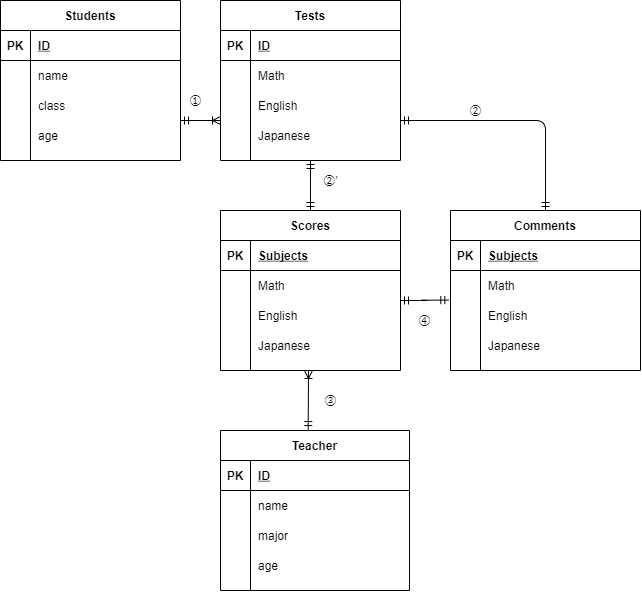
Earlier version of the draw.io export .drawio.png (mioirie/20220103omi). Source tidied: cells renumbered, new cells last; positions are measured from the earlier drawing's top-left corner, leaving out a move shared by most shapes.
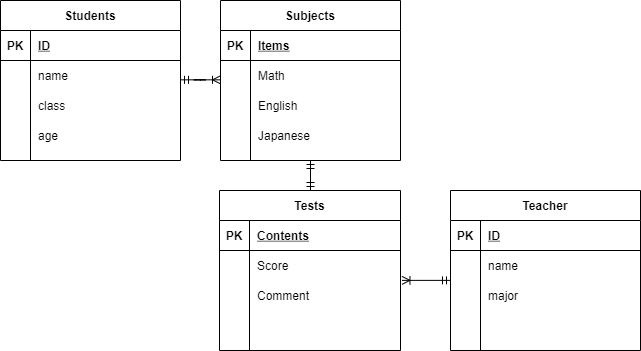
The same file after the commit.

Commit message:
Add table'Subjects'and fixed

What changed in the source:
```diff
@@ -41,204 +41,137 @@
     <mxCell id="14" value="age" style="shape=partialRectangle;fillColor=none;top=0;left=0;bottom=0;right=0;align=left;spacingLeft=6;overflow=hidden;" parent="12" vertex="1">
       <mxGeometry x="30" width="150" height="30" as="geometry" />
     </mxCell>
-    <mxCell id="15" value="Tests" style="shape=table;startSize=30;rowLines=0;fontStyle=1;align=center;" parent="1" vertex="1">
-      <mxGeometry x="220" width="180" height="160" as="geometry" />
-    </mxCell>
-    <mxCell id="16" style="shape=partialRectangle;fillColor=none;top=0;left=0;bottom=1;right=0;" parent="15" vertex="1">
-      <mxGeometry y="30" width="180" height="30" as="geometry" />
-    </mxCell>
-    <mxCell id="17" value="PK" style="shape=partialRectangle;fillColor=none;top=0;left=0;bottom=0;right=0;fontStyle=1;overflow=hidden;" parent="16" vertex="1">
-      <mxGeometry width="30" height="30" as="geometry" />
-    </mxCell>
-    <mxCell id="18" value="ID" style="shape=partialRectangle;fillColor=none;top=0;left=0;bottom=0;right=0;align=left;spacingLeft=6;fontStyle=5;overflow=hidden;" parent="16" vertex="1">
-      <mxGeometry x="30" width="150" height="30" as="geometry" />
-    </mxCell>
-    <mxCell id="19" style="shape=partialRectangle;fillColor=none;top=0;left=0;bottom=0;right=0;" parent="15" vertex="1">
-      <mxGeometry y="60" width="180" height="30" as="geometry" />
-    </mxCell>
-    <mxCell id="20" style="shape=partialRectangle;fillColor=none;top=0;left=0;bottom=0;right=0;overflow=hidden;" parent="19" vertex="1">
-      <mxGeometry width="30" height="30" as="geometry" />
-    </mxCell>
-    <mxCell id="21" value="Math" style="shape=partialRectangle;fillColor=none;top=0;left=0;bottom=0;right=0;align=left;spacingLeft=6;overflow=hidden;" parent="19" vertex="1">
-      <mxGeometry x="30" width="150" height="30" as="geometry" />
-    </mxCell>
-    <mxCell id="22" style="shape=partialRectangle;fillColor=none;top=0;left=0;bottom=0;right=0;" parent="15" vertex="1">
-      <mxGeometry y="90" width="180" height="30" as="geometry" />
-    </mxCell>
-    <mxCell id="23" style="shape=partialRectangle;fillColor=none;top=0;left=0;bottom=0;right=0;overflow=hidden;" parent="22" vertex="1">
-      <mxGeometry width="30" height="30" as="geometry" />
-    </mxCell>
-    <mxCell id="24" value="English" style="shape=partialRectangle;fillColor=none;top=0;left=0;bottom=0;right=0;align=left;spacingLeft=6;overflow=hidden;" parent="22" vertex="1">
-      <mxGeometry x="30" width="150" height="30" as="geometry" />
-    </mxCell>
-    <mxCell id="25" style="shape=partialRectangle;fillColor=none;top=0;left=0;bottom=0;right=0;" parent="15" vertex="1">
-      <mxGeometry y="120" width="180" height="30" as="geometry" />
-    </mxCell>
-    <mxCell id="26" style="shape=partialRectangle;fillColor=none;top=0;left=0;bottom=0;right=0;overflow=hidden;" parent="25" vertex="1">
-      <mxGeometry width="30" height="30" as="geometry" />
-    </mxCell>
-    <mxCell id="27" value="Japanese" style="shape=partialRectangle;fillColor=none;top=0;left=0;bottom=0;right=0;align=left;spacingLeft=6;overflow=hidden;" parent="25" vertex="1">
-      <mxGeometry x="30" width="150" height="30" as="geometry" />
-    </mxCell>
     <mxCell id="28" value="Teacher" style="shape=table;startSize=30;rowLines=0;fontStyle=1;align=center;" parent="1" vertex="1">
-      <mxGeometry x="220" y="430" width="189" height="160" as="geometry" />
+      <mxGeometry x="450" y="190" width="190" height="160" as="geometry" />
     </mxCell>
     <mxCell id="29" style="shape=partialRectangle;fillColor=none;top=0;left=0;bottom=1;right=0;" parent="28" vertex="1">
-      <mxGeometry y="30" width="189" height="30" as="geometry" />
+      <mxGeometry y="30" width="190" height="30" as="geometry" />
     </mxCell>
     <mxCell id="30" value="PK" style="shape=partialRectangle;fillColor=none;top=0;left=0;bottom=0;right=0;fontStyle=1;overflow=hidden;" parent="29" vertex="1">
       <mxGeometry width="30" height="30" as="geometry" />
     </mxCell>
     <mxCell id="31" value="ID" style="shape=partialRectangle;fillColor=none;top=0;left=0;bottom=0;right=0;align=left;spacingLeft=6;fontStyle=5;overflow=hidden;" parent="29" vertex="1">
-      <mxGeometry x="30" width="159" height="30" as="geometry" />
+      <mxGeometry x="30" width="160" height="30" as="geometry" />
     </mxCell>
     <mxCell id="32" style="shape=partialRectangle;fillColor=none;top=0;left=0;bottom=0;right=0;" parent="28" vertex="1">
-      <mxGeometry y="60" width="189" height="30" as="geometry" />
+      <mxGeometry y="60" width="190" height="30" as="geometry" />
     </mxCell>
     <mxCell id="33" style="shape=partialRectangle;fillColor=none;top=0;left=0;bottom=0;right=0;overflow=hidden;" parent="32" vertex="1">
       <mxGeometry width="30" height="30" as="geometry" />
     </mxCell>
     <mxCell id="34" value="name" style="shape=partialRectangle;fillColor=none;top=0;left=0;bottom=0;right=0;align=left;spacingLeft=6;overflow=hidden;" parent="32" vertex="1">
-      <mxGeometry x="30" width="159" height="30" as="geometry" />
+      <mxGeometry x="30" width="160" height="30" as="geometry" />
     </mxCell>
     <mxCell id="35" style="shape=partialRectangle;fillColor=none;top=0;left=0;bottom=0;right=0;points=[[0,0.5],[1,0.5]];portConstraint=eastwest;" parent="28" vertex="1">
-      <mxGeometry y="90" width="189" height="30" as="geometry" />
+      <mxGeometry y="90" width="190" height="30" as="geometry" />
     </mxCell>
     <mxCell id="36" style="shape=partialRectangle;fillColor=none;top=0;left=0;bottom=0;right=0;overflow=hidden;" parent="35" vertex="1">
       <mxGeometry width="30" height="30" as="geometry" />
     </mxCell>
     <mxCell id="37" value="major" style="shape=partialRectangle;fillColor=none;top=0;left=0;bottom=0;right=0;align=left;spacingLeft=6;overflow=hidden;" parent="35" vertex="1">
-      <mxGeometry x="30" width="159" height="30" as="geometry" />
+      <mxGeometry x="30" width="160" height="30" as="geometry" />
     </mxCell>
     <mxCell id="38" style="shape=partialRectangle;fillColor=none;top=0;left=0;bottom=0;right=0;" parent="28" vertex="1">
-      <mxGeometry y="120" width="189" height="30" as="geometry" />
+      <mxGeometry y="120" width="190" height="30" as="geometry" />
     </mxCell>
     <mxCell id="39" style="shape=partialRectangle;fillColor=none;top=0;left=0;bottom=0;right=0;overflow=hidden;" parent="38" vertex="1">
       <mxGeometry width="30" height="30" as="geometry" />
     </mxCell>
-    <mxCell id="40" value="age" style="shape=partialRectangle;fillColor=none;top=0;left=0;bottom=0;right=0;align=left;spacingLeft=6;overflow=hidden;" parent="38" vertex="1">
-      <mxGeometry x="30" width="159" height="30" as="geometry" />
+    <mxCell id="40" style="shape=partialRectangle;fillColor=none;top=0;left=0;bottom=0;right=0;align=left;spacingLeft=6;overflow=hidden;" parent="38" vertex="1">
+      <mxGeometry x="30" width="160" height="30" as="geometry" />
     </mxCell>
-    <mxCell id="41" value="Scores" style="shape=table;startSize=30;rowLines=0;fontStyle=1;align=center;" parent="1" vertex="1">
-      <mxGeometry x="220" y="210" width="180" height="160" as="geometry" />
-    </mxCell>
-    <mxCell id="42" style="shape=partialRectangle;fillColor=none;top=0;left=0;bottom=1;right=0;" parent="41" vertex="1">
-      <mxGeometry y="30" width="180" height="30" as="geometry" />
-    </mxCell>
-    <mxCell id="43" value="PK" style="shape=partialRectangle;fillColor=none;top=0;left=0;bottom=0;right=0;fontStyle=1;overflow=hidden;" parent="42" vertex="1">
-      <mxGeometry width="30" height="30" as="geometry" />
-    </mxCell>
-    <mxCell id="44" value="Subjects" style="shape=partialRectangle;fillColor=none;top=0;left=0;bottom=0;right=0;align=left;spacingLeft=6;fontStyle=5;overflow=hidden;" parent="42" vertex="1">
-      <mxGeometry x="30" width="150" height="30" as="geometry" />
-    </mxCell>
-    <mxCell id="45" style="shape=partialRectangle;fillColor=none;top=0;left=0;bottom=0;right=0;" parent="41" vertex="1">
-      <mxGeometry y="60" width="180" height="30" as="geometry" />
-    </mxCell>
-    <mxCell id="46" style="shape=partialRectangle;fillColor=none;top=0;left=0;bottom=0;right=0;overflow=hidden;" parent="45" vertex="1">
-      <mxGeometry width="30" height="30" as="geometry" />
-    </mxCell>
-    <mxCell id="47" value="Math " style="shape=partialRectangle;fillColor=none;top=0;left=0;bottom=0;right=0;align=left;spacingLeft=6;overflow=hidden;" parent="45" vertex="1">
-      <mxGeometry x="30" width="150" height="30" as="geometry" />
-    </mxCell>
-    <mxCell id="48" style="shape=partialRectangle;fillColor=none;top=0;left=0;bottom=0;right=0;" parent="41" vertex="1">
-      <mxGeometry y="90" width="180" height="30" as="geometry" />
-    </mxCell>
-    <mxCell id="49" style="shape=partialRectangle;fillColor=none;top=0;left=0;bottom=0;right=0;overflow=hidden;" parent="48" vertex="1">
-      <mxGeometry width="30" height="30" as="geometry" />
-    </mxCell>
-    <mxCell id="50" value="English" style="shape=partialRectangle;fillColor=none;top=0;left=0;bottom=0;right=0;align=left;spacingLeft=6;overflow=hidden;" parent="48" vertex="1">
-      <mxGeometry x="30" width="150" height="30" as="geometry" />
-    </mxCell>
-    <mxCell id="51" style="shape=partialRectangle;fillColor=none;top=0;left=0;bottom=0;right=0;" parent="41" vertex="1">
-      <mxGeometry y="120" width="180" height="30" as="geometry" />
-    </mxCell>
-    <mxCell id="52" style="shape=partialRectangle;fillColor=none;top=0;left=0;bottom=0;right=0;overflow=hidden;" parent="51" vertex="1">
-      <mxGeometry width="30" height="30" as="geometry" />
-    </mxCell>
-    <mxCell id="53" value="Japanese" style="shape=partialRectangle;fillColor=none;top=0;left=0;bottom=0;right=0;align=left;spacingLeft=6;overflow=hidden;" parent="51" vertex="1">
-      <mxGeometry x="30" width="150" height="30" as="geometry" />
-    </mxCell>
-    <mxCell id="54" value="Comments" style="shape=table;startSize=30;rowLines=0;fontStyle=1;align=center;" parent="1" vertex="1">
-      <mxGeometry x="450" y="210" width="190" height="160" as="geometry" />
-    </mxCell>
-    <mxCell id="55" style="shape=partialRectangle;fillColor=none;top=0;left=0;bottom=1;right=0;" parent="54" vertex="1">
-      <mxGeometry y="30" width="190" height="30" as="geometry" />
-    </mxCell>
-    <mxCell id="56" value="PK" style="shape=partialRectangle;fillColor=none;top=0;left=0;bottom=0;right=0;fontStyle=1;overflow=hidden;" parent="55" vertex="1">
-      <mxGeometry width="30" height="30" as="geometry" />
-    </mxCell>
-    <mxCell id="57" value="Subjects" style="shape=partialRectangle;fillColor=none;top=0;left=0;bottom=0;right=0;align=left;spacingLeft=6;fontStyle=5;overflow=hidden;" parent="55" vertex="1">
-      <mxGeometry x="30" width="160" height="30" as="geometry" />
-    </mxCell>
-    <mxCell id="58" style="shape=partialRectangle;fillColor=none;top=0;left=0;bottom=0;right=0;" parent="54" vertex="1">
-      <mxGeometry y="60" width="190" height="30" as="geometry" />
-    </mxCell>
-    <mxCell id="59" style="shape=partialRectangle;fillColor=none;top=0;left=0;bottom=0;right=0;overflow=hidden;" parent="58" vertex="1">
-      <mxGeometry width="30" height="30" as="geometry" />
-    </mxCell>
-    <mxCell id="60" value="Math" style="shape=partialRectangle;fillColor=none;top=0;left=0;bottom=0;right=0;align=left;spacingLeft=6;overflow=hidden;" parent="58" vertex="1">
-      <mxGeometry x="30" width="160" height="30" as="geometry" />
-    </mxCell>
-    <mxCell id="61" style="shape=partialRectangle;fillColor=none;top=0;left=0;bottom=0;right=0;points=[[0,0.5],[1,0.5]];portConstraint=eastwest;" parent="54" vertex="1">
-      <mxGeometry y="90" width="190" height="30" as="geometry" />
-    </mxCell>
-    <mxCell id="62" style="shape=partialRectangle;fillColor=none;top=0;left=0;bottom=0;right=0;overflow=hidden;" parent="61" vertex="1">
-      <mxGeometry width="30" height="30" as="geometry" />
-    </mxCell>
-    <mxCell id="63" value="English" style="shape=partialRectangle;fillColor=none;top=0;left=0;bottom=0;right=0;align=left;spacingLeft=6;overflow=hidden;" parent="61" vertex="1">
-      <mxGeometry x="30" width="160" height="30" as="geometry" />
-    </mxCell>
-    <mxCell id="64" style="shape=partialRectangle;fillColor=none;top=0;left=0;bottom=0;right=0;" parent="54" vertex="1">
-      <mxGeometry y="120" width="190" height="30" as="geometry" />
-    </mxCell>
-    <mxCell id="65" style="shape=partialRectangle;fillColor=none;top=0;left=0;bottom=0;right=0;overflow=hidden;" parent="64" vertex="1">
-      <mxGeometry width="30" height="30" as="geometry" />
-    </mxCell>
-    <mxCell id="66" value="Japanese" style="shape=partialRectangle;fillColor=none;top=0;left=0;bottom=0;right=0;align=left;spacingLeft=6;overflow=hidden;" parent="64" vertex="1">
-      <mxGeometry x="30" width="160" height="30" as="geometry" />
-    </mxCell>
-    <mxCell id="67" style="fontSize=12;html=1;endArrow=ERmandOne;startArrow=ERmandOne;entryX=0.5;entryY=1;entryDx=0;entryDy=0;exitX=0.5;exitY=0;exitDx=0;exitDy=0;" parent="1" edge="1" source="41" target="15">
-      <mxGeometry relative="1" as="geometry" />
-    </mxCell>
-    <mxCell id="68" style="edgeStyle=orthogonalEdgeStyle;fontSize=12;html=1;endArrow=ERmandOne;startArrow=ERmandOne;" parent="1" edge="1">
-      <mxGeometry relative="1" as="geometry">
-        <mxPoint x="400" y="120" as="sourcePoint" />
-        <mxPoint x="545" y="210" as="targetPoint" />
-        <Array as="points">
-          <mxPoint x="545" y="120" />
-        </Array>
-      </mxGeometry>
-    </mxCell>
-    <mxCell id="69" value="①" style="text;html=1;align=center;verticalAlign=middle;strokeColor=none;" parent="1" vertex="1">
-      <mxGeometry x="180" y="90" width="30" height="20" as="geometry" />
-    </mxCell>
-    <mxCell id="70" value="③" style="text;html=1;align=center;verticalAlign=middle;strokeColor=none;" parent="1" vertex="1">
-      <mxGeometry x="315" y="390" width="30" height="20" as="geometry" />
-    </mxCell>
-    <mxCell id="71" value="➁’" style="text;html=1;align=center;verticalAlign=middle;strokeColor=none;" parent="1" vertex="1">
-      <mxGeometry x="315" y="170" width="30" height="20" as="geometry" />
-    </mxCell>
     <mxCell id="72" style="edgeStyle=entityRelationEdgeStyle;fontSize=12;html=1;endArrow=ERoneToMany;startArrow=ERmandOne;" parent="1" edge="1">
       <mxGeometry relative="1" as="geometry">
-        <mxPoint x="180" y="120" as="sourcePoint" />
-        <mxPoint x="220" y="120" as="targetPoint" />
+        <mxPoint x="180" y="79.3" as="sourcePoint" />
+        <mxPoint x="220" y="79.3" as="targetPoint" />
       </mxGeometry>
     </mxCell>
-    <mxCell id="73" style="fontSize=12;html=1;endArrow=ERoneToMany;startArrow=ERmandOne;exitX=0.464;exitY=-0.006;exitDx=0;exitDy=0;exitPerimeter=0;" parent="1" edge="1" source="28">
-      <mxGeometry relative="1" as="geometry">
-        <mxPoint x="308" y="370" as="targetPoint" />
-      </mxGeometry>
+    <mxCell id="73" style="fontSize=12;html=1;endArrow=ERoneToMany;startArrow=ERmandOne;exitX=0;exitY=-0.004;exitDx=0;exitDy=0;exitPerimeter=0;entryX=1.008;entryY=0.996;entryDx=0;entryDy=0;entryPerimeter=0;" parent="1" edge="1" source="35" target="92">
+      <mxGeometry relative="1" as="geometry" />
     </mxCell>
-    <mxCell id="74" value="➁" style="text;html=1;align=center;verticalAlign=middle;strokeColor=none;" parent="1" vertex="1">
-      <mxGeometry x="460" y="100" width="30" height="20" as="geometry" />
-    </mxCell>
-    <mxCell id="75" style="edgeStyle=entityRelationEdgeStyle;fontSize=12;html=1;endArrow=ERmandOne;startArrow=ERmandOne;entryX=-0.009;entryY=-0.015;entryDx=0;entryDy=0;entryPerimeter=0;" parent="1" edge="1" target="61">
-      <mxGeometry relative="1" as="geometry">
-        <mxPoint x="400" y="300" as="sourcePoint" />
-      </mxGeometry>
-    </mxCell>
-    <mxCell id="76" value="④" style="text;html=1;align=center;verticalAlign=middle;strokeColor=none;" parent="1" vertex="1">
-      <mxGeometry x="409" y="310" width="30" height="20" as="geometry" />
-    </mxCell>
+    <mxCell id="77" value="Subjects" style="shape=table;startSize=30;rowLines=0;fontStyle=1;align=center;" parent="1" vertex="1">
+      <mxGeometry x="220" width="180" height="160" as="geometry" />
+    </mxCell>
+    <mxCell id="78" style="shape=partialRectangle;fillColor=none;top=0;left=0;bottom=1;right=0;" parent="77" vertex="1">
+      <mxGeometry y="30" width="180" height="30" as="geometry" />
+    </mxCell>
+    <mxCell id="79" value="PK" style="shape=partialRectangle;fillColor=none;top=0;left=0;bottom=0;right=0;fontStyle=1;overflow=hidden;" parent="78" vertex="1">
+      <mxGeometry width="30" height="30" as="geometry" />
+    </mxCell>
+    <mxCell id="80" value="Items" style="shape=partialRectangle;fillColor=none;top=0;left=0;bottom=0;right=0;align=left;spacingLeft=6;fontStyle=5;overflow=hidden;" parent="78" vertex="1">
+      <mxGeometry x="30" width="150" height="30" as="geometry" />
+    </mxCell>
+    <mxCell id="81" style="shape=partialRectangle;fillColor=none;top=0;left=0;bottom=0;right=0;" parent="77" vertex="1">
+      <mxGeometry y="60" width="180" height="30" as="geometry" />
+    </mxCell>
+    <mxCell id="82" style="shape=partialRectangle;fillColor=none;top=0;left=0;bottom=0;right=0;overflow=hidden;" parent="81" vertex="1">
+      <mxGeometry width="30" height="30" as="geometry" />
+    </mxCell>
+    <mxCell id="21" value="Math" style="shape=partialRectangle;fillColor=none;top=0;left=0;bottom=0;right=0;align=left;spacingLeft=6;overflow=hidden;" parent="81" vertex="1">
+      <mxGeometry x="30" width="150" height="30" as="geometry" />
+    </mxCell>
+    <mxCell id="83" style="shape=partialRectangle;fillColor=none;top=0;left=0;bottom=0;right=0;" parent="77" vertex="1">
+      <mxGeometry y="90" width="180" height="30" as="geometry" />
+    </mxCell>
+    <mxCell id="84" style="shape=partialRectangle;fillColor=none;top=0;left=0;bottom=0;right=0;overflow=hidden;" parent="83" vertex="1">
+      <mxGeometry width="30" height="30" as="geometry" />
+    </mxCell>
+    <mxCell id="85" value="English" style="shape=partialRectangle;fillColor=none;top=0;left=0;bottom=0;right=0;align=left;spacingLeft=6;overflow=hidden;" parent="83" vertex="1">
+      <mxGeometry x="30" width="150" height="30" as="geometry" />
+    </mxCell>
+    <mxCell id="86" style="shape=partialRectangle;fillColor=none;top=0;left=0;bottom=0;right=0;" parent="77" vertex="1">
+      <mxGeometry y="120" width="180" height="30" as="geometry" />
+    </mxCell>
+    <mxCell id="87" style="shape=partialRectangle;fillColor=none;top=0;left=0;bottom=0;right=0;overflow=hidden;" parent="86" vertex="1">
+      <mxGeometry width="30" height="30" as="geometry" />
+    </mxCell>
+    <mxCell id="88" value="Japanese" style="shape=partialRectangle;fillColor=none;top=0;left=0;bottom=0;right=0;align=left;spacingLeft=6;overflow=hidden;" parent="86" vertex="1">
+      <mxGeometry x="30" width="150" height="30" as="geometry" />
+    </mxCell>
+    <mxCell id="15" value="Tests" style="shape=table;startSize=30;rowLines=0;fontStyle=1;align=center;" parent="1" vertex="1">
+      <mxGeometry x="219" y="190" width="181" height="160" as="geometry" />
+    </mxCell>
+    <mxCell id="89" style="shape=partialRectangle;fillColor=none;top=0;left=0;bottom=1;right=0;" parent="15" vertex="1">
+      <mxGeometry y="30" width="181" height="30" as="geometry" />
+    </mxCell>
+    <mxCell id="90" value="PK" style="shape=partialRectangle;fillColor=none;top=0;left=0;bottom=0;right=0;fontStyle=1;overflow=hidden;" parent="89" vertex="1">
+      <mxGeometry width="30" height="30" as="geometry" />
+    </mxCell>
+    <mxCell id="91" value="Contents" style="shape=partialRectangle;fillColor=none;top=0;left=0;bottom=0;right=0;align=left;spacingLeft=6;fontStyle=5;overflow=hidden;" parent="89" vertex="1">
+      <mxGeometry x="30" width="151" height="30" as="geometry" />
+    </mxCell>
+    <mxCell id="92" style="shape=partialRectangle;fillColor=none;top=0;left=0;bottom=0;right=0;points=[[0,0.5],[1,0.5]];portConstraint=eastwest;" parent="15" vertex="1">
+      <mxGeometry y="60" width="181" height="30" as="geometry" />
+    </mxCell>
+    <mxCell id="93" style="shape=partialRectangle;fillColor=none;top=0;left=0;bottom=0;right=0;overflow=hidden;" parent="92" vertex="1">
+      <mxGeometry width="30" height="30" as="geometry" />
+    </mxCell>
+    <mxCell id="94" value="Score" style="shape=partialRectangle;fillColor=none;top=0;left=0;bottom=0;right=0;align=left;spacingLeft=6;overflow=hidden;" parent="92" vertex="1">
+      <mxGeometry x="30" width="151" height="30" as="geometry" />
+    </mxCell>
+    <mxCell id="95" style="shape=partialRectangle;fillColor=none;top=0;left=0;bottom=0;right=0;" parent="15" vertex="1">
+      <mxGeometry y="90" width="181" height="30" as="geometry" />
+    </mxCell>
+    <mxCell id="96" style="shape=partialRectangle;fillColor=none;top=0;left=0;bottom=0;right=0;overflow=hidden;" parent="95" vertex="1">
+      <mxGeometry width="30" height="30" as="geometry" />
+    </mxCell>
+    <mxCell id="97" value="Comment" style="shape=partialRectangle;fillColor=none;top=0;left=0;bottom=0;right=0;align=left;spacingLeft=6;overflow=hidden;" parent="95" vertex="1">
+      <mxGeometry x="30" width="151" height="30" as="geometry" />
+    </mxCell>
+    <mxCell id="98" style="shape=partialRectangle;fillColor=none;top=0;left=0;bottom=0;right=0;" parent="15" vertex="1">
+      <mxGeometry y="120" width="181" height="30" as="geometry" />
+    </mxCell>
+    <mxCell id="99" style="shape=partialRectangle;fillColor=none;top=0;left=0;bottom=0;right=0;overflow=hidden;" parent="98" vertex="1">
+      <mxGeometry width="30" height="30" as="geometry" />
+    </mxCell>
+    <mxCell id="100" style="shape=partialRectangle;fillColor=none;top=0;left=0;bottom=0;right=0;align=left;spacingLeft=6;overflow=hidden;" parent="98" vertex="1">
+      <mxGeometry x="30" width="151" height="30" as="geometry" />
+    </mxCell>
+    <mxCell id="101" style="fontSize=12;html=1;endArrow=ERmandOne;startArrow=ERmandOne;" parent="1" edge="1">
+      <mxGeometry relative="1" as="geometry">
+        <mxPoint x="310" y="190" as="sourcePoint" />
+        <mxPoint x="310" y="160" as="targetPoint" />
+      </mxGeometry>
+    </mxCell>
   </root>
 </mxGraphModel>
```
